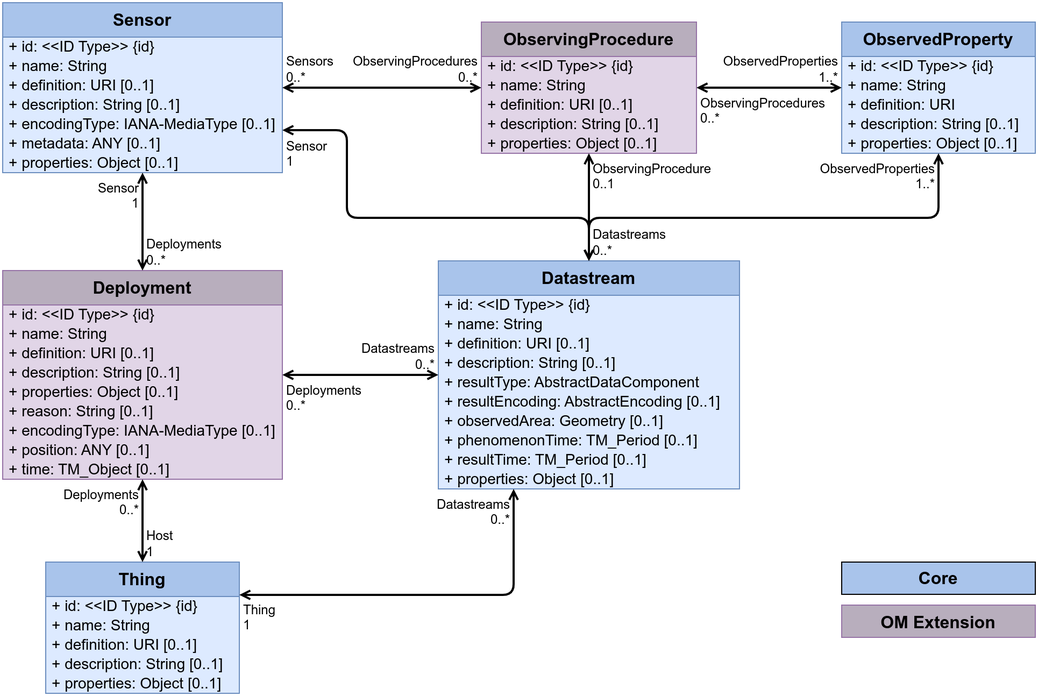
Earlier version of the draw.io export figures/Datamodel-SensorThingsApi-V2-OM.drawio.png (opengeospatial/sensorthings). Source tidied: cells renumbered, new cells last; positions are measured from the earlier drawing's top-left corner, leaving out a move shared by most shapes.
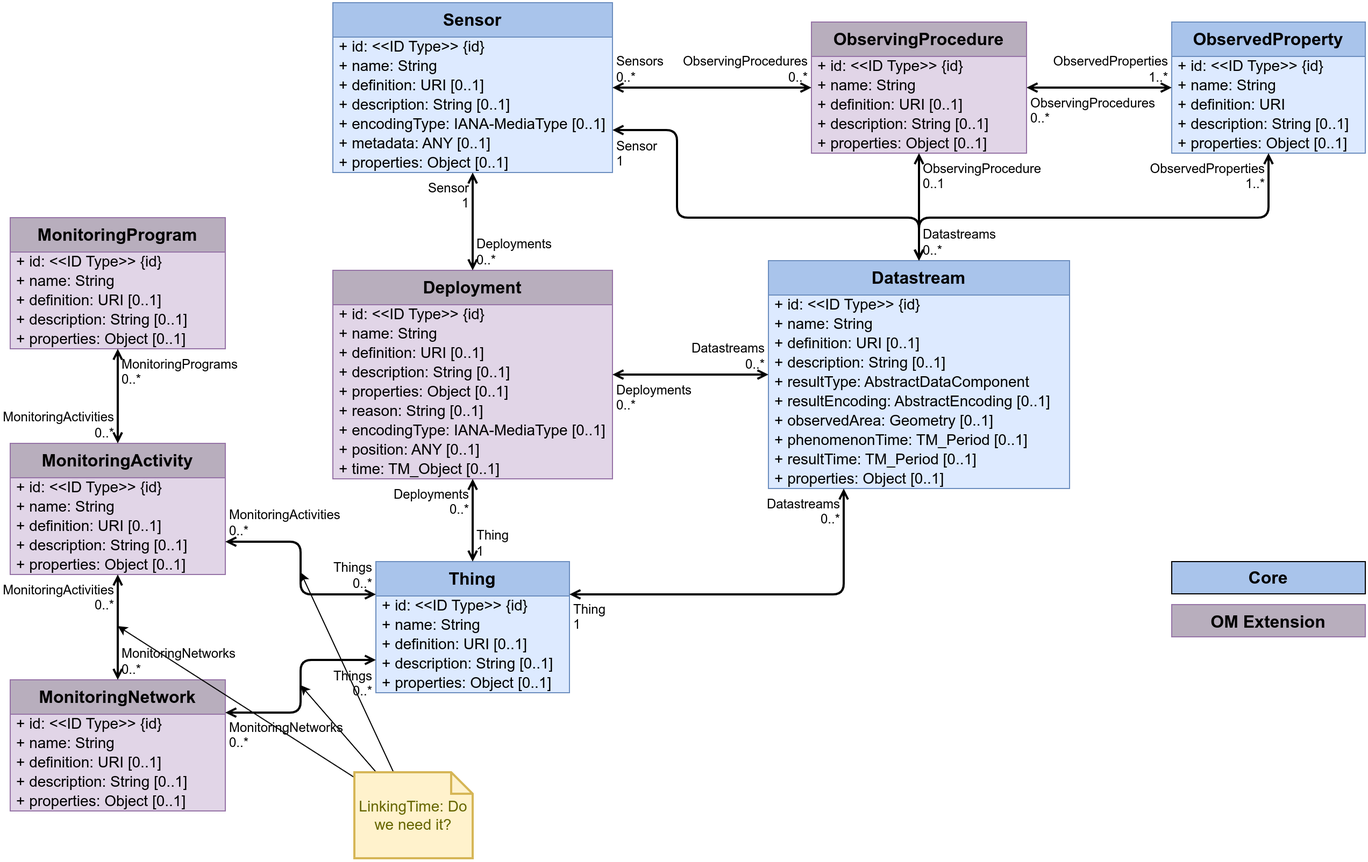
After the change.

Commit message:
Added initial Monitoring Network classes

What changed in the source:
```diff
@@ -196,7 +196,7 @@
     <mxCell id="62" style="endArrow=open;startArrow=open;html=1;rounded=1;noEdgeStyle=1;strokeWidth=2;curved=0;startFill=0;endFill=0;" parent="1" edge="1" source="56" target="13">
       <mxGeometry relative="1" as="geometry" />
     </mxCell>
-    <mxCell id="63" value="Host&lt;br&gt;1" style="edgeLabel;html=1;align=left;verticalAlign=bottom;labelBackgroundColor=none;fontSize=12;spacingLeft=1;spacing=3;spacingRight=2;" parent="62" vertex="1">
+    <mxCell id="63" value="Thing&lt;br&gt;1" style="edgeLabel;html=1;align=left;verticalAlign=bottom;labelBackgroundColor=none;fontSize=12;spacingLeft=1;spacing=3;spacingRight=2;" parent="62" vertex="1">
       <mxGeometry x="-1" relative="1" as="geometry" />
     </mxCell>
     <mxCell id="64" value="Deployments&lt;br&gt;0..*" style="edgeLabel;html=1;align=right;verticalAlign=top;labelBackgroundColor=none;fontSize=12;spacingLeft=1;spacing=3;spacingRight=2;" parent="62" vertex="1">
@@ -235,5 +235,113 @@
     <mxCell id="75" value="OM Extension" style="rounded=0;whiteSpace=wrap;html=1;labelBackgroundColor=none;fillColor=#B8AEBD;strokeColor=#9673a6;fontStyle=1;fontSize=16;verticalAlign=top;startSize=32;swimlaneFillColor=#E1D5E7;" parent="1" vertex="1">
       <mxGeometry x="780" y="560" width="180" height="30" as="geometry" />
     </mxCell>
+    <mxCell id="76" value="MonitoringNetwork" style="swimlane;fontStyle=1;horizontal=1;startSize=32;fontSize=16;whiteSpace=wrap;html=1;fillColor=#B8AEBD;strokeColor=#9673a6;swimlaneFillColor=#E1D5E7;verticalAlign=top;" parent="1" vertex="1">
+      <mxGeometry x="-300" y="630" width="200" height="122" as="geometry" />
+    </mxCell>
+    <mxCell id="77" value="+ id: &amp;lt;&amp;lt;ID Type&amp;gt;&amp;gt;&amp;nbsp;{id}" style="text;strokeColor=none;fillColor=none;align=left;verticalAlign=middle;spacingLeft=4;spacingRight=4;overflow=visible;html=1;fontSize=14;" parent="76" vertex="1">
+      <mxGeometry y="32" width="200" height="18" as="geometry" />
+    </mxCell>
+    <mxCell id="78" value="+ name: String" style="text;strokeColor=none;fillColor=none;align=left;verticalAlign=middle;spacingLeft=4;spacingRight=4;overflow=visible;html=1;fontSize=14;" parent="76" vertex="1">
+      <mxGeometry y="50" width="200" height="18" as="geometry" />
+    </mxCell>
+    <mxCell id="79" value="+ definition: URI&amp;nbsp;[0..1]" style="text;strokeColor=none;fillColor=none;align=left;verticalAlign=middle;spacingLeft=4;spacingRight=4;overflow=visible;html=1;fontSize=14;" parent="76" vertex="1">
+      <mxGeometry y="68" width="200" height="18" as="geometry" />
+    </mxCell>
+    <mxCell id="80" value="+ description: String&amp;nbsp;[0..1]" style="text;strokeColor=none;fillColor=none;align=left;verticalAlign=middle;spacingLeft=4;spacingRight=4;overflow=visible;html=1;fontSize=14;" parent="76" vertex="1">
+      <mxGeometry y="86" width="200" height="18" as="geometry" />
+    </mxCell>
+    <mxCell id="81" value="+ properties: Object&amp;nbsp;[0..1]" style="text;strokeColor=none;fillColor=none;align=left;verticalAlign=middle;spacingLeft=4;spacingRight=4;overflow=visible;html=1;fontSize=14;" parent="76" vertex="1">
+      <mxGeometry y="104" width="200" height="18" as="geometry" />
+    </mxCell>
+    <mxCell id="82" value="MonitoringActivity" style="swimlane;fontStyle=1;horizontal=1;startSize=32;fontSize=16;whiteSpace=wrap;html=1;fillColor=#B8AEBD;strokeColor=#9673a6;swimlaneFillColor=#E1D5E7;verticalAlign=top;" parent="1" vertex="1">
+      <mxGeometry x="-300" y="410" width="200" height="122" as="geometry" />
+    </mxCell>
+    <mxCell id="83" value="+ id: &amp;lt;&amp;lt;ID Type&amp;gt;&amp;gt;&amp;nbsp;{id}" style="text;strokeColor=none;fillColor=none;align=left;verticalAlign=middle;spacingLeft=4;spacingRight=4;overflow=visible;html=1;fontSize=14;" parent="82" vertex="1">
+      <mxGeometry y="32" width="200" height="18" as="geometry" />
+    </mxCell>
+    <mxCell id="84" value="+ name: String" style="text;strokeColor=none;fillColor=none;align=left;verticalAlign=middle;spacingLeft=4;spacingRight=4;overflow=visible;html=1;fontSize=14;" parent="82" vertex="1">
+      <mxGeometry y="50" width="200" height="18" as="geometry" />
+    </mxCell>
+    <mxCell id="85" value="+ definition: URI&amp;nbsp;[0..1]" style="text;strokeColor=none;fillColor=none;align=left;verticalAlign=middle;spacingLeft=4;spacingRight=4;overflow=visible;html=1;fontSize=14;" parent="82" vertex="1">
+      <mxGeometry y="68" width="200" height="18" as="geometry" />
+    </mxCell>
+    <mxCell id="86" value="+ description: String&amp;nbsp;[0..1]" style="text;strokeColor=none;fillColor=none;align=left;verticalAlign=middle;spacingLeft=4;spacingRight=4;overflow=visible;html=1;fontSize=14;" parent="82" vertex="1">
+      <mxGeometry y="86" width="200" height="18" as="geometry" />
+    </mxCell>
+    <mxCell id="87" value="+ properties: Object&amp;nbsp;[0..1]" style="text;strokeColor=none;fillColor=none;align=left;verticalAlign=middle;spacingLeft=4;spacingRight=4;overflow=visible;html=1;fontSize=14;" parent="82" vertex="1">
+      <mxGeometry y="104" width="200" height="18" as="geometry" />
+    </mxCell>
+    <mxCell id="88" value="MonitoringProgram" style="swimlane;fontStyle=1;horizontal=1;startSize=32;fontSize=16;whiteSpace=wrap;html=1;fillColor=#B8AEBD;strokeColor=#9673a6;swimlaneFillColor=#E1D5E7;verticalAlign=top;" parent="1" vertex="1">
+      <mxGeometry x="-300" y="200" width="200" height="122" as="geometry" />
+    </mxCell>
+    <mxCell id="89" value="+ id: &amp;lt;&amp;lt;ID Type&amp;gt;&amp;gt;&amp;nbsp;{id}" style="text;strokeColor=none;fillColor=none;align=left;verticalAlign=middle;spacingLeft=4;spacingRight=4;overflow=visible;html=1;fontSize=14;" parent="88" vertex="1">
+      <mxGeometry y="32" width="200" height="18" as="geometry" />
+    </mxCell>
+    <mxCell id="90" value="+ name: String" style="text;strokeColor=none;fillColor=none;align=left;verticalAlign=middle;spacingLeft=4;spacingRight=4;overflow=visible;html=1;fontSize=14;" parent="88" vertex="1">
+      <mxGeometry y="50" width="200" height="18" as="geometry" />
+    </mxCell>
+    <mxCell id="91" value="+ definition: URI&amp;nbsp;[0..1]" style="text;strokeColor=none;fillColor=none;align=left;verticalAlign=middle;spacingLeft=4;spacingRight=4;overflow=visible;html=1;fontSize=14;" parent="88" vertex="1">
+      <mxGeometry y="68" width="200" height="18" as="geometry" />
+    </mxCell>
+    <mxCell id="92" value="+ description: String&amp;nbsp;[0..1]" style="text;strokeColor=none;fillColor=none;align=left;verticalAlign=middle;spacingLeft=4;spacingRight=4;overflow=visible;html=1;fontSize=14;" parent="88" vertex="1">
+      <mxGeometry y="86" width="200" height="18" as="geometry" />
+    </mxCell>
+    <mxCell id="93" value="+ properties: Object&amp;nbsp;[0..1]" style="text;strokeColor=none;fillColor=none;align=left;verticalAlign=middle;spacingLeft=4;spacingRight=4;overflow=visible;html=1;fontSize=14;" parent="88" vertex="1">
+      <mxGeometry y="104" width="200" height="18" as="geometry" />
+    </mxCell>
+    <mxCell id="94" style="endArrow=open;startArrow=open;html=1;rounded=1;strokeWidth=2;startFill=0;endFill=0;exitX=0;exitY=0.75;exitDx=0;exitDy=0;entryX=1;entryY=0.25;entryDx=0;entryDy=0;edgeStyle=orthogonalEdgeStyle;" parent="1" edge="1" source="56" target="76">
+      <mxGeometry relative="1" as="geometry" />
+    </mxCell>
+    <mxCell id="95" value="Things&lt;br&gt;0..*" style="edgeLabel;html=1;align=right;verticalAlign=top;labelBackgroundColor=none;fontSize=12;spacingLeft=1;spacing=3;spacingRight=2;" parent="94" vertex="1">
+      <mxGeometry x="-1" relative="1" as="geometry" />
+    </mxCell>
+    <mxCell id="96" value="MonitoringNetworks&lt;br&gt;0..*" style="edgeLabel;html=1;align=left;verticalAlign=top;labelBackgroundColor=none;fontSize=12;spacingLeft=1;spacing=3;spacingRight=2;" parent="94" vertex="1">
+      <mxGeometry x="1" relative="1" as="geometry" />
+    </mxCell>
+    <mxCell id="97" style="endArrow=open;startArrow=open;html=1;rounded=1;noEdgeStyle=1;strokeWidth=2;curved=0;startFill=0;endFill=0;" parent="1" edge="1" source="82" target="76">
+      <mxGeometry relative="1" as="geometry" />
+    </mxCell>
+    <mxCell id="98" value="MonitoringActivities&lt;br&gt;0..*" style="edgeLabel;html=1;align=right;verticalAlign=top;labelBackgroundColor=none;fontSize=12;spacingLeft=1;spacing=3;spacingRight=2;" parent="97" vertex="1">
+      <mxGeometry x="-1" relative="1" as="geometry" />
+    </mxCell>
+    <mxCell id="99" value="MonitoringNetworks&lt;br&gt;0..*" style="edgeLabel;html=1;align=left;verticalAlign=bottom;labelBackgroundColor=none;fontSize=12;spacingLeft=1;spacing=3;spacingRight=2;" parent="97" vertex="1">
+      <mxGeometry x="1" relative="1" as="geometry" />
+    </mxCell>
+    <mxCell id="100" style="endArrow=open;startArrow=open;html=1;rounded=1;strokeWidth=2;startFill=0;endFill=0;edgeStyle=orthogonalEdgeStyle;" parent="1" edge="1" source="82" target="88">
+      <mxGeometry relative="1" as="geometry" />
+    </mxCell>
+    <mxCell id="101" value="MonitoringActivities&lt;br&gt;0..*" style="edgeLabel;html=1;align=right;verticalAlign=bottom;labelBackgroundColor=none;fontSize=12;spacingLeft=1;spacing=3;spacingRight=2;" parent="100" vertex="1">
+      <mxGeometry x="-1" relative="1" as="geometry" />
+    </mxCell>
+    <mxCell id="102" value="MonitoringPrograms&lt;br&gt;0..*" style="edgeLabel;html=1;align=left;verticalAlign=top;labelBackgroundColor=none;fontSize=12;spacingLeft=1;spacing=3;spacingRight=2;" parent="100" vertex="1">
+      <mxGeometry x="1" relative="1" as="geometry" />
+    </mxCell>
+    <mxCell id="103" style="endArrow=open;startArrow=open;html=1;rounded=1;strokeWidth=2;startFill=0;endFill=0;exitX=0;exitY=0.25;exitDx=0;exitDy=0;entryX=1;entryY=0.75;entryDx=0;entryDy=0;edgeStyle=orthogonalEdgeStyle;" parent="1" edge="1" source="56" target="82">
+      <mxGeometry relative="1" as="geometry" />
+    </mxCell>
+    <mxCell id="104" value="Things&lt;br&gt;0..*" style="edgeLabel;html=1;align=right;verticalAlign=bottom;labelBackgroundColor=none;fontSize=12;spacingLeft=1;spacing=3;spacingRight=2;" parent="103" vertex="1">
+      <mxGeometry x="-1" relative="1" as="geometry" />
+    </mxCell>
+    <mxCell id="105" value="MonitoringActivities&lt;br&gt;0..*" style="edgeLabel;html=1;align=left;verticalAlign=bottom;labelBackgroundColor=none;fontSize=12;spacingLeft=1;spacing=3;spacingRight=2;" parent="103" vertex="1">
+      <mxGeometry x="1" relative="1" as="geometry" />
+    </mxCell>
+    <mxCell id="106" style="rounded=0;jettySize=auto;html=1;" parent="1" edge="1" source="109">
+      <mxGeometry relative="1" as="geometry">
+        <mxPoint x="-30" y="635" as="targetPoint" />
+      </mxGeometry>
+    </mxCell>
+    <mxCell id="107" style="rounded=0;jettySize=auto;html=1;" parent="1" edge="1" source="109">
+      <mxGeometry relative="1" as="geometry">
+        <mxPoint x="-200" y="580" as="targetPoint" />
+      </mxGeometry>
+    </mxCell>
+    <mxCell id="108" style="rounded=0;jettySize=auto;html=1;" parent="1" edge="1" source="109">
+      <mxGeometry relative="1" as="geometry">
+        <mxPoint x="-30" y="530" as="targetPoint" />
+      </mxGeometry>
+    </mxCell>
+    <mxCell id="109" value="LinkingTime: Do we need it?" style="shape=note;strokeWidth=2;fontSize=14;size=20;whiteSpace=wrap;html=1;fillColor=#fff2cc;strokeColor=#d6b656;fontColor=#666600;" parent="1" vertex="1">
+      <mxGeometry x="20" y="716" width="110" height="80" as="geometry" />
+    </mxCell>
   </root>
 </mxGraphModel>
```
